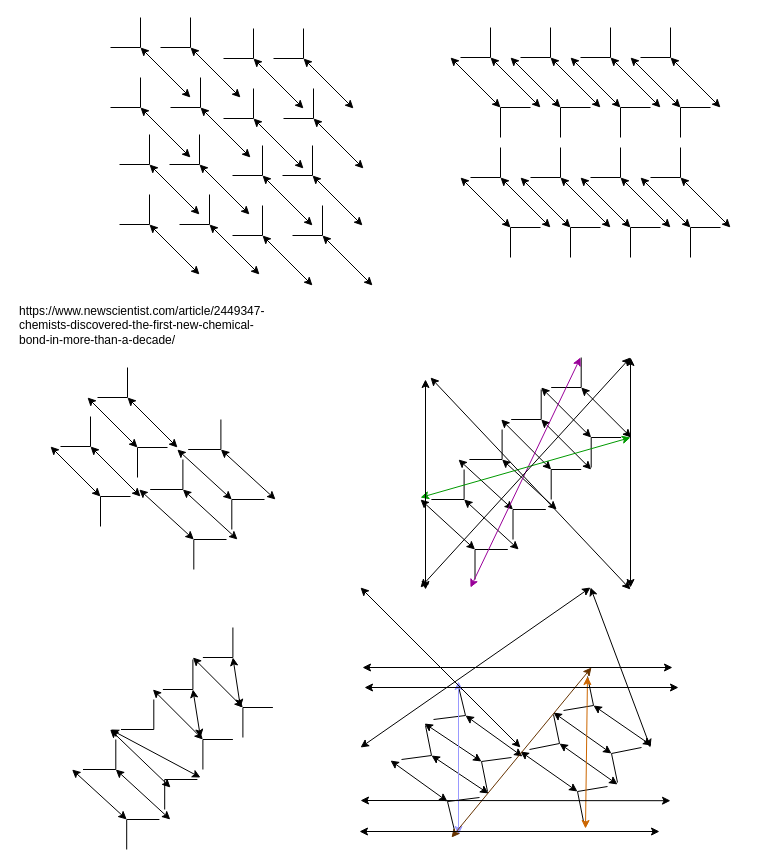
rebelclause/AI keeps this draw.io diagram as page "Page-2" (2 of 2) of Vector_decomp.drawio. Above is the earlier version. Source tidied: cells renumbered, new cells numbered last; positions are measured from the earlier drawing's top-left corner, leaving out a move shared by most shapes. Both pictures are drawn from the tidied source at 100%, with x=0, y=0 at pixel (17, 7).
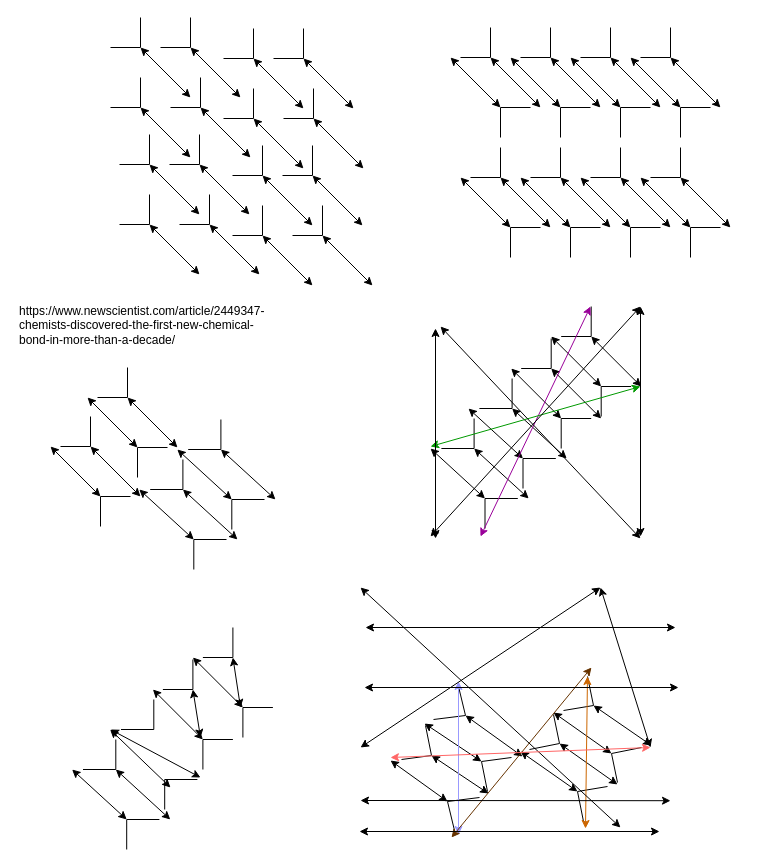
The same diagram, later.

What changed in the source:
```diff
@@
     <mxCell id="222" style="endArrow=classic;startArrow=classic;html=1;rounded=0;" parent="1" edge="1">
       <mxGeometry relative="1" as="geometry">
-        <mxPoint x="539.2" y="502" as="sourcePoint" />
-        <mxPoint x="484.6" y="452" as="targetPoint" />
+        <mxPoint x="549.2" y="451" as="sourcePoint" />
+        <mxPoint x="494.6" y="401" as="targetPoint" />
       </mxGeometry>
     </mxCell>
     <mxCell id="223" style="endArrow=classic;startArrow=classic;html=1;rounded=0;" parent="1" edge="1">
       <mxGeometry relative="1" as="geometry">
-        <mxPoint x="441" y="452" as="sourcePoint" />
-        <mxPoint x="495.5" y="502" as="targetPoint" />
+        <mxPoint x="451" y="401" as="sourcePoint" />
+        <mxPoint x="505.5" y="451" as="targetPoint" />
       </mxGeometry>
     </mxCell>
     <mxCell id="224" style="endArrow=none;html=1;rounded=0;" parent="1" edge="1">
       <mxGeometry relative="1" as="geometry">
-        <mxPoint x="495.5" y="502" as="sourcePoint" />
-        <mxPoint x="528.3" y="502" as="targetPoint" />
+        <mxPoint x="505.5" y="451" as="sourcePoint" />
+        <mxPoint x="538.3" y="451" as="targetPoint" />
       </mxGeometry>
     </mxCell>
     <mxCell id="225" style="endArrow=none;html=1;rounded=0;" parent="1" edge="1">
       <mxGeometry relative="1" as="geometry">
-        <mxPoint x="495.5" y="502" as="sourcePoint" />
-        <mxPoint x="495.5" y="532" as="targetPoint" />
+        <mxPoint x="505.5" y="451" as="sourcePoint" />
+        <mxPoint x="505.5" y="481" as="targetPoint" />
       </mxGeometry>
     </mxCell>
     <mxCell id="226" style="endArrow=classic;startArrow=classic;html=1;rounded=0;" parent="1" edge="1">
       <mxGeometry relative="1" as="geometry">
-        <mxPoint x="403" y="492" as="sourcePoint" />
-        <mxPoint x="457.5" y="542" as="targetPoint" />
+        <mxPoint x="413" y="441" as="sourcePoint" />
+        <mxPoint x="467.5" y="491" as="targetPoint" />
       </mxGeometry>
     </mxCell>
     <mxCell id="227" style="endArrow=none;html=1;rounded=0;" parent="1" edge="1">
       <mxGeometry relative="1" as="geometry">
-        <mxPoint x="457.5" y="542" as="sourcePoint" />
-        <mxPoint x="490.3" y="542" as="targetPoint" />
+        <mxPoint x="467.5" y="491" as="sourcePoint" />
+        <mxPoint x="500.3" y="491" as="targetPoint" />
       </mxGeometry>
     </mxCell>
     <mxCell id="228" style="endArrow=none;html=1;rounded=0;" parent="1" edge="1">
       <mxGeometry relative="1" as="geometry">
-        <mxPoint x="457.5" y="542" as="sourcePoint" />
-        <mxPoint x="457.5" y="572" as="targetPoint" />
+        <mxPoint x="467.5" y="491" as="sourcePoint" />
+        <mxPoint x="467.5" y="521" as="targetPoint" />
       </mxGeometry>
     </mxCell>
     <mxCell id="229" style="endArrow=classic;startArrow=classic;html=1;rounded=0;" parent="1" edge="1">
       <mxGeometry relative="1" as="geometry">
-        <mxPoint x="501.2" y="542" as="sourcePoint" />
-        <mxPoint x="446.6" y="492" as="targetPoint" />
+        <mxPoint x="511.2" y="491" as="sourcePoint" />
+        <mxPoint x="456.6" y="441" as="targetPoint" />
       </mxGeometry>
     </mxCell>
     <mxCell id="230" style="endArrow=none;html=1;rounded=0;" parent="1" edge="1">
       <mxGeometry relative="1" as="geometry">
-        <mxPoint x="446.6" y="492" as="sourcePoint" />
-        <mxPoint x="413.9" y="492" as="targetPoint" />
+        <mxPoint x="456.6" y="441" as="sourcePoint" />
+        <mxPoint x="423.9" y="441" as="targetPoint" />
       </mxGeometry>
     </mxCell>
     <mxCell id="231" style="endArrow=none;html=1;rounded=0;" parent="1" edge="1">
       <mxGeometry relative="1" as="geometry">
-        <mxPoint x="446.6" y="492" as="sourcePoint" />
-        <mxPoint x="446.6" y="462" as="targetPoint" />
+        <mxPoint x="456.6" y="441" as="sourcePoint" />
+        <mxPoint x="456.6" y="411" as="targetPoint" />
       </mxGeometry>
     </mxCell>
     <mxCell id="232" style="endArrow=none;html=1;rounded=0;" parent="1" edge="1">
       <mxGeometry relative="1" as="geometry">
-        <mxPoint x="484.6" y="452" as="sourcePoint" />
-        <mxPoint x="451.9" y="452" as="targetPoint" />
+        <mxPoint x="494.6" y="401" as="sourcePoint" />
+        <mxPoint x="461.9" y="401" as="targetPoint" />
       </mxGeometry>
     </mxCell>
     <mxCell id="233" style="endArrow=none;html=1;rounded=0;" parent="1" edge="1">
       <mxGeometry relative="1" as="geometry">
-        <mxPoint x="484.6" y="452" as="sourcePoint" />
-        <mxPoint x="484.6" y="422" as="targetPoint" />
+        <mxPoint x="494.6" y="401" as="sourcePoint" />
+        <mxPoint x="494.6" y="371" as="targetPoint" />
       </mxGeometry>
     </mxCell>
     <mxCell id="234" style="endArrow=classic;startArrow=classic;html=1;rounded=0;" parent="1" edge="1">
       <mxGeometry relative="1" as="geometry">
-        <mxPoint x="573.7" y="462" as="sourcePoint" />
-        <mxPoint x="523.7" y="412" as="targetPoint" />
+        <mxPoint x="583.7" y="411" as="sourcePoint" />
+        <mxPoint x="533.7" y="361" as="targetPoint" />
       </mxGeometry>
     </mxCell>
     <mxCell id="235" style="endArrow=none;html=1;rounded=0;" parent="1" edge="1">
       <mxGeometry relative="1" as="geometry">
-        <mxPoint x="523.7" y="412" as="sourcePoint" />
-        <mxPoint x="493.7" y="412" as="targetPoint" />
+        <mxPoint x="533.7" y="361" as="sourcePoint" />
+        <mxPoint x="503.7" y="361" as="targetPoint" />
       </mxGeometry>
     </mxCell>
     <mxCell id="236" style="endArrow=none;html=1;rounded=0;" parent="1" edge="1">
       <mxGeometry relative="1" as="geometry">
-        <mxPoint x="523.7" y="412" as="sourcePoint" />
-        <mxPoint x="523.7" y="382" as="targetPoint" />
+        <mxPoint x="533.7" y="361" as="sourcePoint" />
+        <mxPoint x="533.7" y="331" as="targetPoint" />
       </mxGeometry>
     </mxCell>
     <mxCell id="237" style="endArrow=classic;startArrow=classic;html=1;rounded=0;" parent="1" edge="1">
       <mxGeometry relative="1" as="geometry">
-        <mxPoint x="613.7" y="430" as="sourcePoint" />
-        <mxPoint x="563.7" y="380" as="targetPoint" />
+        <mxPoint x="623.7" y="379" as="sourcePoint" />
+        <mxPoint x="573.7" y="329" as="targetPoint" />
       </mxGeometry>
     </mxCell>
     <mxCell id="238" style="endArrow=none;html=1;rounded=0;" parent="1" edge="1">
       <mxGeometry relative="1" as="geometry">
-        <mxPoint x="563.7" y="380" as="sourcePoint" />
-        <mxPoint x="533.7" y="380" as="targetPoint" />
+        <mxPoint x="573.7" y="329" as="sourcePoint" />
+        <mxPoint x="543.7" y="329" as="targetPoint" />
       </mxGeometry>
     </mxCell>
     <mxCell id="239" style="endArrow=none;html=1;rounded=0;" parent="1" edge="1">
       <mxGeometry relative="1" as="geometry">
-        <mxPoint x="563.7" y="380" as="sourcePoint" />
-        <mxPoint x="563.7" y="350" as="targetPoint" />
+        <mxPoint x="573.7" y="329" as="sourcePoint" />
+        <mxPoint x="573.7" y="299" as="targetPoint" />
       </mxGeometry>
     </mxCell>
     <mxCell id="240" style="endArrow=classic;startArrow=classic;html=1;rounded=0;" parent="1" edge="1">
       <mxGeometry relative="1" as="geometry">
-        <mxPoint x="523.7" y="380" as="sourcePoint" />
-        <mxPoint x="573.7" y="430" as="targetPoint" />
+        <mxPoint x="533.7" y="329" as="sourcePoint" />
+        <mxPoint x="583.7" y="379" as="targetPoint" />
       </mxGeometry>
     </mxCell>
     <mxCell id="241" style="endArrow=none;html=1;rounded=0;" parent="1" edge="1">
       <mxGeometry relative="1" as="geometry">
-        <mxPoint x="573.7" y="430" as="sourcePoint" />
-        <mxPoint x="603.7" y="430" as="targetPoint" />
+        <mxPoint x="583.7" y="379" as="sourcePoint" />
+        <mxPoint x="613.7" y="379" as="targetPoint" />
       </mxGeometry>
     </mxCell>
     <mxCell id="242" style="endArrow=none;html=1;rounded=0;" parent="1" edge="1">
       <mxGeometry relative="1" as="geometry">
-        <mxPoint x="573.7" y="430" as="sourcePoint" />
-        <mxPoint x="573.7" y="460" as="targetPoint" />
+        <mxPoint x="583.7" y="379" as="sourcePoint" />
+        <mxPoint x="583.7" y="409" as="targetPoint" />
       </mxGeometry>
     </mxCell>
     <mxCell id="243" style="endArrow=classic;startArrow=classic;html=1;rounded=0;" parent="1" edge="1">
       <mxGeometry relative="1" as="geometry">
-        <mxPoint x="483.7" y="412" as="sourcePoint" />
-        <mxPoint x="533.7" y="462" as="targetPoint" />
+        <mxPoint x="493.7" y="361" as="sourcePoint" />
+        <mxPoint x="543.7" y="411" as="targetPoint" />
       </mxGeometry>
     </mxCell>
     <mxCell id="244" style="endArrow=none;html=1;rounded=0;" parent="1" edge="1">
       <mxGeometry relative="1" as="geometry">
-        <mxPoint x="533.7" y="462" as="sourcePoint" />
-        <mxPoint x="563.7" y="462" as="targetPoint" />
+        <mxPoint x="543.7" y="411" as="sourcePoint" />
+        <mxPoint x="573.7" y="411" as="targetPoint" />
       </mxGeometry>
     </mxCell>
     <mxCell id="245" style="endArrow=none;html=1;rounded=0;" parent="1" edge="1">
       <mxGeometry relative="1" as="geometry">
-        <mxPoint x="533.7" y="462" as="sourcePoint" />
-        <mxPoint x="533.7" y="492" as="targetPoint" />
+        <mxPoint x="543.7" y="411" as="sourcePoint" />
+        <mxPoint x="543.7" y="441" as="targetPoint" />
       </mxGeometry>
     </mxCell>
@@
     <mxCell id="304" style="endArrow=classic;startArrow=classic;html=1;rounded=0;strokeColor=#990099;" parent="1" edge="1">
       <mxGeometry relative="1" as="geometry">
-        <mxPoint x="563" y="350" as="sourcePoint" />
-        <mxPoint x="453" y="580" as="targetPoint" />
+        <mxPoint x="573" y="299" as="sourcePoint" />
+        <mxPoint x="463" y="529" as="targetPoint" />
       </mxGeometry>
     </mxCell>
     <mxCell id="305" style="endArrow=classic;startArrow=classic;html=1;rounded=0;strokeColor=#009900;" parent="1" edge="1">
       <mxGeometry relative="1" as="geometry">
-        <mxPoint x="613" y="430" as="sourcePoint" />
-        <mxPoint x="403" y="490" as="targetPoint" />
+        <mxPoint x="623" y="379" as="sourcePoint" />
+        <mxPoint x="413" y="439" as="targetPoint" />
       </mxGeometry>
     </mxCell>
     <mxCell id="306" style="endArrow=classic;startArrow=classic;html=1;rounded=0;" parent="1" edge="1">
       <mxGeometry relative="1" as="geometry">
-        <mxPoint x="573" y="580" as="sourcePoint" />
+        <mxPoint x="583" y="580" as="sourcePoint" />
         <mxPoint x="343" y="740" as="targetPoint" />
       </mxGeometry>
     </mxCell>
     <mxCell id="307" style="endArrow=classic;startArrow=classic;html=1;rounded=0;" parent="1" edge="1">
       <mxGeometry relative="1" as="geometry">
-        <mxPoint x="503" y="740" as="sourcePoint" />
+        <mxPoint x="603" y="820" as="sourcePoint" />
         <mxPoint x="343" y="580" as="targetPoint" />
       </mxGeometry>
     </mxCell>
     <mxCell id="308" style="endArrow=classic;startArrow=classic;html=1;rounded=0;" parent="1" edge="1">
       <mxGeometry relative="1" as="geometry">
         <mxPoint x="633" y="740" as="sourcePoint" />
-        <mxPoint x="573" y="580" as="targetPoint" />
+        <mxPoint x="583" y="580" as="targetPoint" />
       </mxGeometry>
     </mxCell>
     <mxCell id="309" style="endArrow=classic;startArrow=classic;html=1;rounded=0;" parent="1" edge="1">
       <mxGeometry relative="1" as="geometry">
-        <mxPoint x="345" y="660" as="sourcePoint" />
-        <mxPoint x="655" y="660" as="targetPoint" />
+        <mxPoint x="348" y="620" as="sourcePoint" />
+        <mxPoint x="658" y="620" as="targetPoint" />
       </mxGeometry>
     </mxCell>
     <mxCell id="310" style="endArrow=classic;startArrow=classic;html=1;rounded=0;" parent="1" edge="1">
       <mxGeometry relative="1" as="geometry">
-        <mxPoint x="613" y="580" as="sourcePoint" />
-        <mxPoint x="613" y="350" as="targetPoint" />
+        <mxPoint x="623" y="529" as="sourcePoint" />
+        <mxPoint x="623" y="299" as="targetPoint" />
       </mxGeometry>
     </mxCell>
@@
     <mxCell id="312" style="endArrow=classic;startArrow=classic;html=1;rounded=0;" parent="1" edge="1">
       <mxGeometry relative="1" as="geometry">
-        <mxPoint x="613" y="582" as="sourcePoint" />
-        <mxPoint x="413" y="370" as="targetPoint" />
+        <mxPoint x="623" y="531" as="sourcePoint" />
+        <mxPoint x="423" y="319" as="targetPoint" />
       </mxGeometry>
     </mxCell>
     <mxCell id="313" style="endArrow=classic;startArrow=classic;html=1;rounded=0;" parent="1" edge="1">
       <mxGeometry relative="1" as="geometry">
-        <mxPoint x="403" y="580" as="sourcePoint" />
-        <mxPoint x="613" y="350" as="targetPoint" />
+        <mxPoint x="413" y="529" as="sourcePoint" />
+        <mxPoint x="623" y="299" as="targetPoint" />
       </mxGeometry>
     </mxCell>
     <mxCell id="314" style="endArrow=classic;startArrow=classic;html=1;rounded=0;" parent="1" edge="1">
       <mxGeometry relative="1" as="geometry">
-        <mxPoint x="408" y="372" as="sourcePoint" />
-        <mxPoint x="408" y="582" as="targetPoint" />
+        <mxPoint x="418" y="321" as="sourcePoint" />
+        <mxPoint x="418" y="531" as="targetPoint" />
       </mxGeometry>
     </mxCell>
+    <mxCell id="315" style="endArrow=classic;startArrow=classic;html=1;rounded=0;strokeColor=#FF6666;" parent="1" edge="1">
+      <mxGeometry relative="1" as="geometry">
+        <mxPoint x="373" y="750" as="sourcePoint" />
+        <mxPoint x="633" y="740" as="targetPoint" />
+      </mxGeometry>
+    </mxCell>
```
